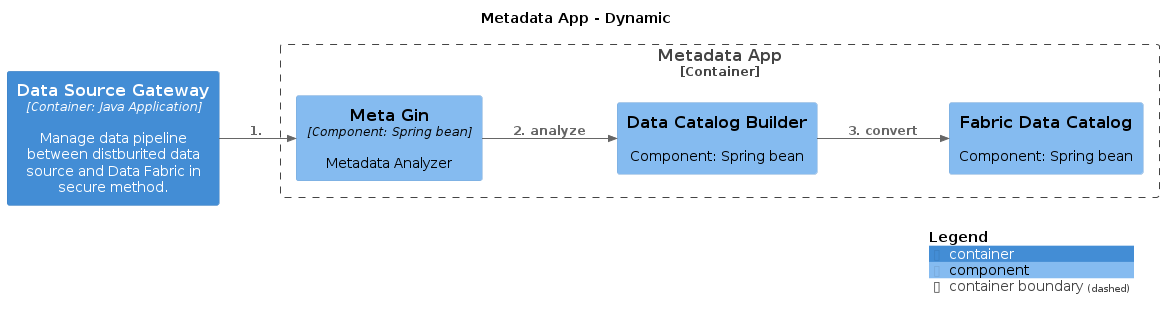
Before: master/png/WorkflowBuildingFabricDataCatalog.png, a diagram exported from PlantUML (IntellectusCorp/data-fabric-docs).
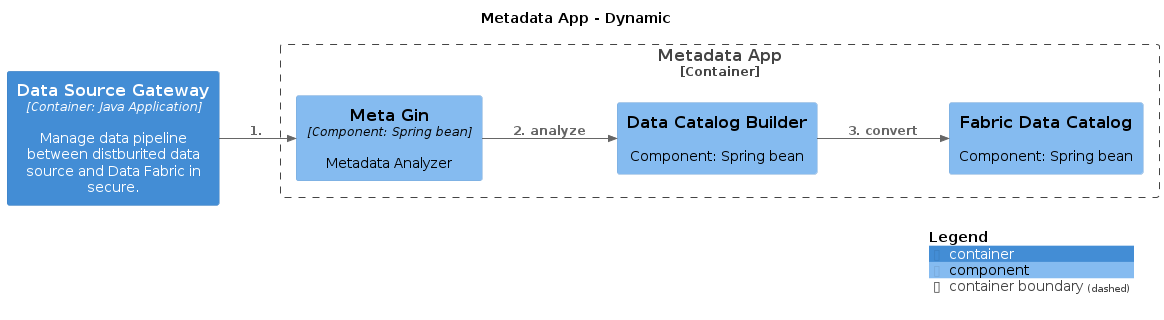
The same file after the commit.

The edit, as a diff of the source:
```diff
@@ -15,7 +15,7 @@
   Component(DataFabric.MetadataApp.FabricDataCatalog, "Fabric Data Catalog", $techn="", $descr="Component: Spring bean", $tags="", $link="")
 }
 
-Container(DataFabric.DataSourceGateway, "Data Source Gateway", $techn="Container: Java Application", $descr="Manage data pipeline between distburited data source and Data Fabric in secure method.", $tags="", $link="")
+Container(DataFabric.DataSourceGateway, "Data Source Gateway", $techn="Container: Java Application", $descr="Manage data pipeline between distburited data source and Data Fabric in secure.", $tags="", $link="")
 
 Rel_D(DataFabric.DataSourceGateway, DataFabric.MetadataApp.MetaGin, "1. ", $techn="", $tags="", $link="")
 Rel_D(DataFabric.MetadataApp.MetaGin, DataFabric.MetadataApp.DataCatalogBuilder, "2. analyze", $techn="", $tags="", $link="")
```
